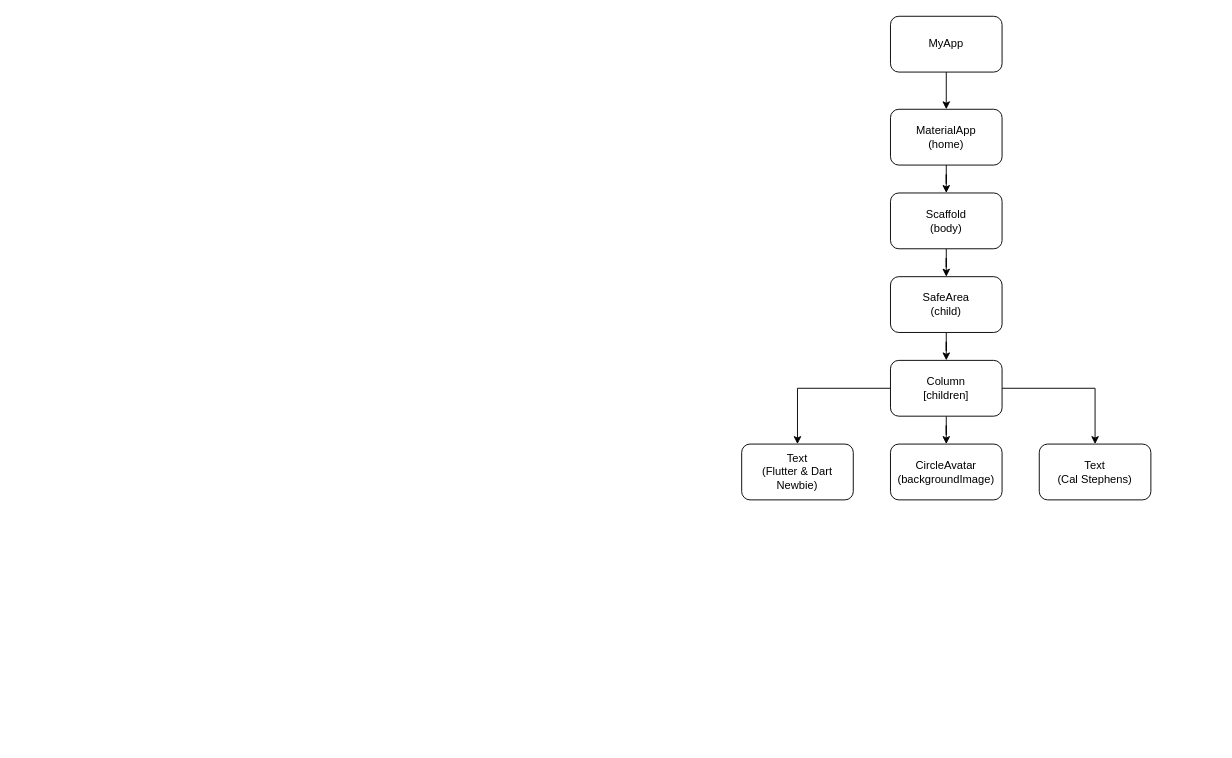
carlstep/ab_mi_card_flutter2 keeps this draw.io diagram as ab_mi_card_flutter.drawio. Above is the earlier version. Source tidied: cells renumbered, new cells numbered last; positions are measured from the earlier drawing's top-left corner, leaving out a move shared by most shapes. Both pictures are drawn from the tidied source at 93%, with x=0, y=0 at pixel (741, 16).
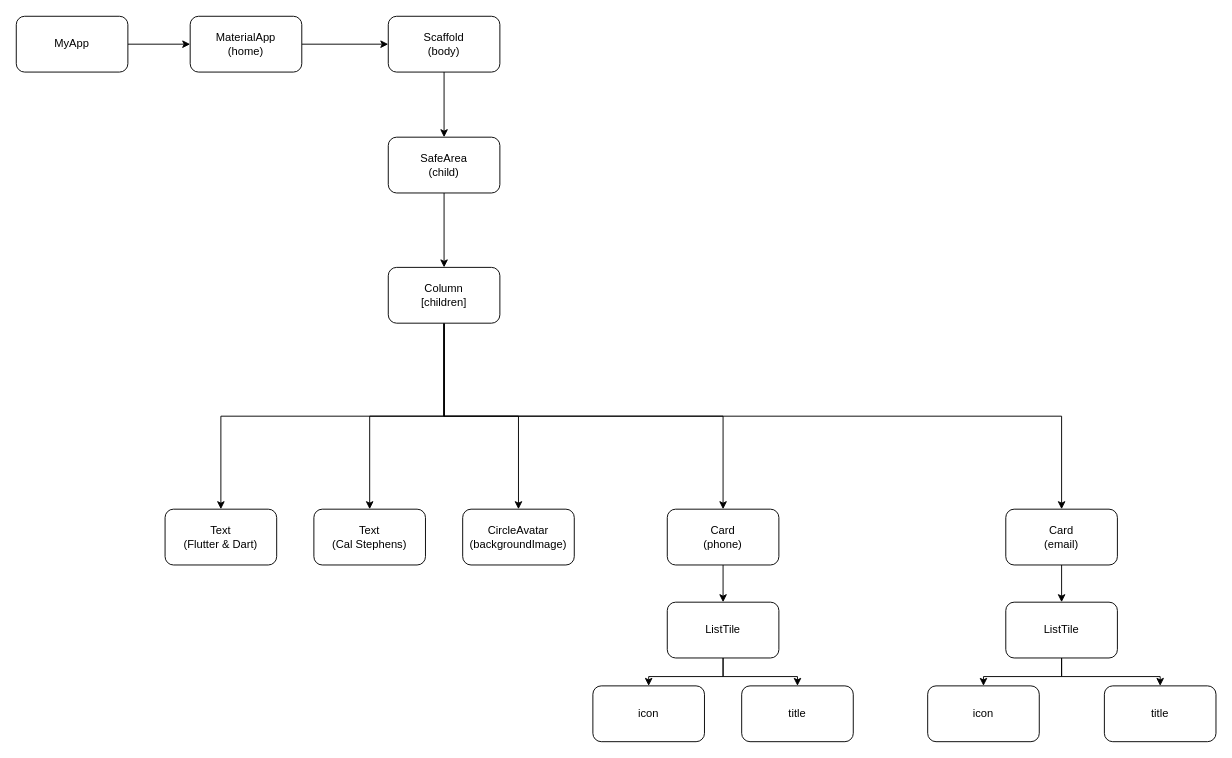
The same page after the edit.

What changed in the source:
```diff
@@
-    <mxCell id="2" style="edgeStyle=orthogonalEdgeStyle;rounded=0;jettySize=auto;html=1;entryX=0.5;entryY=0;entryDx=0;entryDy=0;" parent="1" edge="1" source="3" target="5">
+    <mxCell id="2" style="edgeStyle=orthogonalEdgeStyle;rounded=0;jettySize=auto;html=1;entryX=0;entryY=0.5;entryDx=0;entryDy=0;" parent="1" edge="1" source="3" target="5">
       <mxGeometry relative="1" as="geometry" />
     </mxCell>
     <mxCell id="3" value="MyApp" style="rounded=1;whiteSpace=wrap;html=1;" parent="1" vertex="1">
-      <mxGeometry x="160" width="120" height="60" as="geometry" />
+      <mxGeometry x="-780" width="120" height="60" as="geometry" />
     </mxCell>
-    <mxCell id="4" style="edgeStyle=orthogonalEdgeStyle;rounded=0;jettySize=auto;html=1;entryX=0.5;entryY=0;entryDx=0;entryDy=0;" parent="1" edge="1" source="5" target="7">
+    <mxCell id="4" style="edgeStyle=orthogonalEdgeStyle;rounded=0;jettySize=auto;html=1;entryX=0;entryY=0.5;entryDx=0;entryDy=0;" parent="1" edge="1" source="5" target="7">
       <mxGeometry relative="1" as="geometry" />
     </mxCell>
     <mxCell id="5" value="&lt;div&gt;MaterialApp&lt;/div&gt;&lt;div&gt;(home)&lt;br&gt;&lt;/div&gt;" style="rounded=1;whiteSpace=wrap;html=1;" parent="1" vertex="1">
-      <mxGeometry x="160" y="100" width="120" height="60" as="geometry" />
+      <mxGeometry x="-593" width="120" height="60" as="geometry" />
     </mxCell>
@@
     <mxCell id="7" value="&lt;div&gt;Scaffold&lt;/div&gt;&lt;div&gt;(body)&lt;br&gt;&lt;/div&gt;" style="rounded=1;whiteSpace=wrap;html=1;" parent="1" vertex="1">
-      <mxGeometry x="160" y="190" width="120" height="60" as="geometry" />
+      <mxGeometry x="-380" width="120" height="60" as="geometry" />
     </mxCell>
@@
     <mxCell id="9" value="&lt;div&gt;SafeArea&lt;/div&gt;(child)" style="rounded=1;whiteSpace=wrap;html=1;" parent="1" vertex="1">
-      <mxGeometry x="160" y="280" width="120" height="60" as="geometry" />
+      <mxGeometry x="-380" y="130" width="120" height="60" as="geometry" />
     </mxCell>
@@
+    <mxCell id="12" style="edgeStyle=orthogonalEdgeStyle;rounded=0;jettySize=auto;html=1;exitX=0.5;exitY=1;exitDx=0;exitDy=0;" parent="1" edge="1" source="13" target="16">
+      <mxGeometry relative="1" as="geometry" />
+    </mxCell>
-    <mxCell id="11" style="edgeStyle=orthogonalEdgeStyle;rounded=0;jettySize=auto;html=1;" parent="1" edge="1" source="13" target="15">
+    <mxCell id="11" style="edgeStyle=orthogonalEdgeStyle;rounded=0;jettySize=auto;html=1;exitX=0.5;exitY=1;exitDx=0;exitDy=0;" parent="1" edge="1" source="13" target="15">
       <mxGeometry relative="1" as="geometry" />
     </mxCell>
-    <mxCell id="12" style="edgeStyle=orthogonalEdgeStyle;rounded=0;jettySize=auto;html=1;exitX=0;exitY=0.5;exitDx=0;exitDy=0;" parent="1" edge="1" source="13" target="16">
-      <mxGeometry relative="1" as="geometry" />
-    </mxCell>
+    <mxCell id="17" style="edgeStyle=orthogonalEdgeStyle;rounded=0;jettySize=auto;html=1;exitX=0.5;exitY=1;exitDx=0;exitDy=0;" parent="1" edge="1" source="13" target="20">
+      <mxGeometry relative="1" as="geometry" />
+    </mxCell>
+    <mxCell id="18" style="edgeStyle=orthogonalEdgeStyle;rounded=0;jettySize=auto;html=1;entryX=0.5;entryY=0;entryDx=0;entryDy=0;exitX=0.5;exitY=1;exitDx=0;exitDy=0;" parent="1" edge="1" source="13" target="25">
+      <mxGeometry relative="1" as="geometry" />
+    </mxCell>
     <mxCell id="13" value="&lt;div&gt;Column&lt;/div&gt;[children]" style="rounded=1;whiteSpace=wrap;html=1;" parent="1" vertex="1">
-      <mxGeometry x="160" y="370" width="120" height="60" as="geometry" />
+      <mxGeometry x="-380" y="270" width="120" height="60" as="geometry" />
     </mxCell>
     <mxCell id="14" value="&lt;div&gt;CircleAvatar&lt;/div&gt;&lt;div&gt;(backgroundImage)&lt;br&gt;&lt;/div&gt;" style="rounded=1;whiteSpace=wrap;html=1;" parent="1" vertex="1">
-      <mxGeometry x="160" y="460" width="120" height="60" as="geometry" />
+      <mxGeometry x="-300" y="530" width="120" height="60" as="geometry" />
     </mxCell>
     <mxCell id="15" value="&lt;div&gt;Text&lt;/div&gt;(Cal Stephens)" style="rounded=1;whiteSpace=wrap;html=1;" parent="1" vertex="1">
-      <mxGeometry x="320" y="460" width="120" height="60" as="geometry" />
+      <mxGeometry x="-460" y="530" width="120" height="60" as="geometry" />
     </mxCell>
-    <mxCell id="16" value="&lt;div&gt;Text&lt;/div&gt;(Flutter &amp;amp; Dart Newbie)" style="rounded=1;whiteSpace=wrap;html=1;" parent="1" vertex="1">
-      <mxGeometry y="460" width="120" height="60" as="geometry" />
+    <mxCell id="16" value="&lt;div&gt;Text&lt;/div&gt;&lt;div&gt;(Flutter &amp;amp; Dart)&lt;/div&gt;" style="rounded=1;whiteSpace=wrap;html=1;" parent="1" vertex="1">
+      <mxGeometry x="-620" y="530" width="120" height="60" as="geometry" />
     </mxCell>
+    <mxCell id="19" style="edgeStyle=orthogonalEdgeStyle;rounded=0;jettySize=auto;html=1;" parent="1" edge="1" source="20" target="23">
+      <mxGeometry relative="1" as="geometry" />
+    </mxCell>
+    <mxCell id="20" value="&lt;div&gt;Card&lt;/div&gt;&lt;div&gt;(phone)&lt;/div&gt;" style="rounded=1;whiteSpace=wrap;html=1;" parent="1" vertex="1">
+      <mxGeometry x="-80" y="530" width="120" height="60" as="geometry" />
+    </mxCell>
+    <mxCell id="21" style="edgeStyle=orthogonalEdgeStyle;rounded=0;jettySize=auto;html=1;entryX=0.5;entryY=0;entryDx=0;entryDy=0;" parent="1" edge="1" source="23" target="29">
+      <mxGeometry relative="1" as="geometry" />
+    </mxCell>
+    <mxCell id="22" style="edgeStyle=orthogonalEdgeStyle;rounded=0;jettySize=auto;html=1;" parent="1" edge="1" source="23" target="30">
+      <mxGeometry relative="1" as="geometry" />
+    </mxCell>
+    <mxCell id="23" value="ListTile" style="rounded=1;whiteSpace=wrap;html=1;" parent="1" vertex="1">
+      <mxGeometry x="-80" y="630" width="120" height="60" as="geometry" />
+    </mxCell>
+    <mxCell id="24" style="edgeStyle=orthogonalEdgeStyle;rounded=0;jettySize=auto;html=1;" parent="1" edge="1" source="25" target="28">
+      <mxGeometry relative="1" as="geometry" />
+    </mxCell>
+    <mxCell id="25" value="&lt;div&gt;Card&lt;/div&gt;&lt;div&gt;(email)&lt;/div&gt;" style="rounded=1;whiteSpace=wrap;html=1;" parent="1" vertex="1">
+      <mxGeometry x="284" y="530" width="120" height="60" as="geometry" />
+    </mxCell>
+    <mxCell id="26" style="edgeStyle=orthogonalEdgeStyle;rounded=0;jettySize=auto;html=1;entryX=0.5;entryY=0;entryDx=0;entryDy=0;" parent="1" edge="1" source="28" target="31">
+      <mxGeometry relative="1" as="geometry">
+        <Array as="points">
+          <mxPoint x="344" y="710" />
+          <mxPoint x="260" y="710" />
+        </Array>
+      </mxGeometry>
+    </mxCell>
+    <mxCell id="27" style="edgeStyle=orthogonalEdgeStyle;rounded=0;jettySize=auto;html=1;" parent="1" edge="1" source="28" target="32">
+      <mxGeometry relative="1" as="geometry">
+        <Array as="points">
+          <mxPoint x="344" y="710" />
+          <mxPoint x="450" y="710" />
+        </Array>
+      </mxGeometry>
+    </mxCell>
+    <mxCell id="28" value="ListTile" style="rounded=1;whiteSpace=wrap;html=1;" parent="1" vertex="1">
+      <mxGeometry x="284" y="630" width="120" height="60" as="geometry" />
+    </mxCell>
+    <mxCell id="29" value="icon" style="rounded=1;whiteSpace=wrap;html=1;" parent="1" vertex="1">
+      <mxGeometry x="-160" y="720" width="120" height="60" as="geometry" />
+    </mxCell>
+    <mxCell id="30" value="title" style="rounded=1;whiteSpace=wrap;html=1;" parent="1" vertex="1">
+      <mxGeometry y="720" width="120" height="60" as="geometry" />
+    </mxCell>
+    <mxCell id="31" value="icon" style="rounded=1;whiteSpace=wrap;html=1;" parent="1" vertex="1">
+      <mxGeometry x="200" y="720" width="120" height="60" as="geometry" />
+    </mxCell>
+    <mxCell id="32" value="title" style="rounded=1;whiteSpace=wrap;html=1;" parent="1" vertex="1">
+      <mxGeometry x="390" y="720" width="120" height="60" as="geometry" />
+    </mxCell>
```
